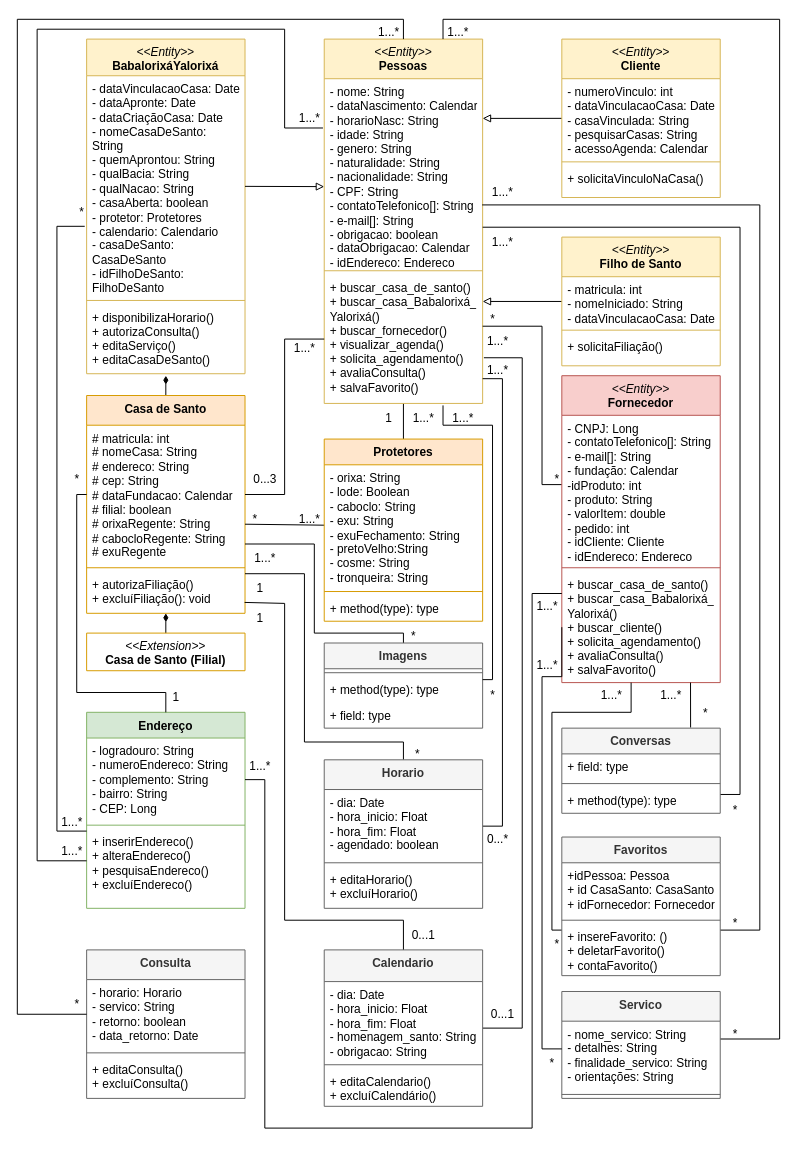
This is DiagramaDeClasseSarava.drawio from AlexCarvalhovisk/sarava, a draw.io file, before an edit. Source tidied: cells renumbered, new cells numbered last; positions are measured from the earlier drawing's top-left corner, leaving out a move shared by most shapes. Both pictures are drawn from the tidied source at 99%, with x=0, y=0 at pixel (17, 17).
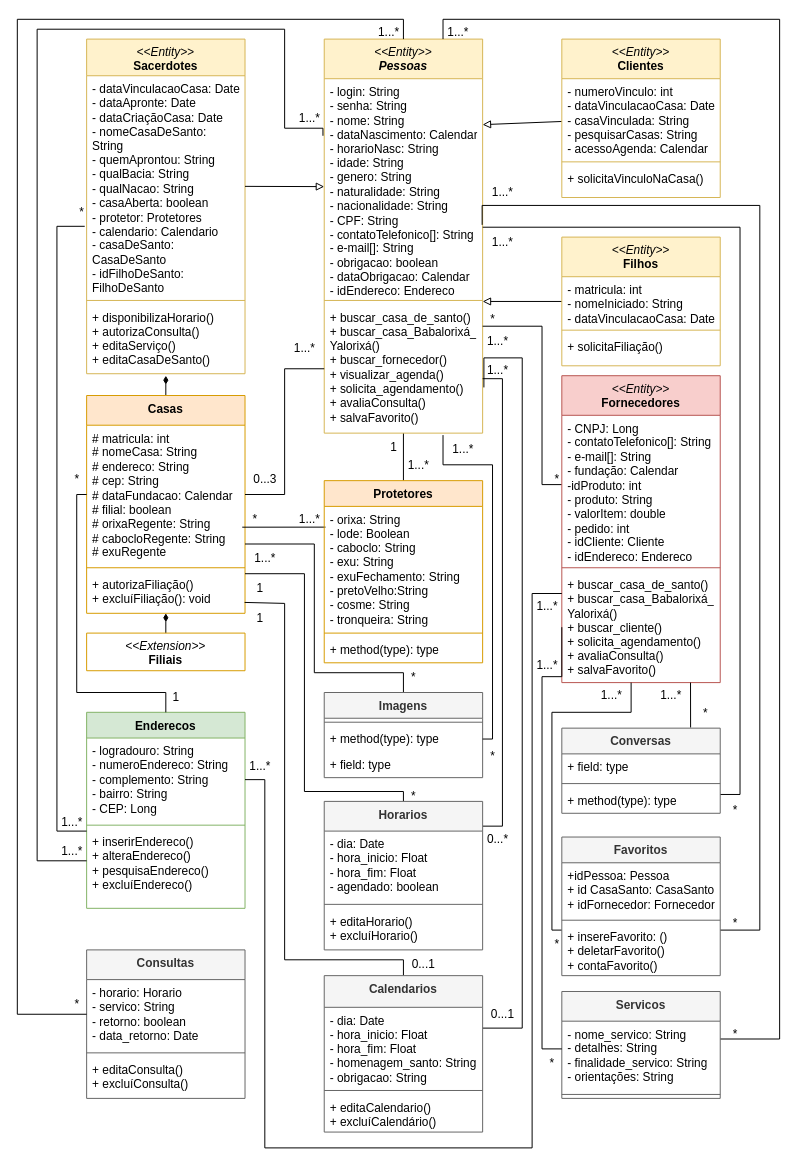
The same diagram, later.

Unchanged cells that the change refers to:
```xml
<mxCell id="28" value="# matricula: int&lt;br&gt;# nomeCasa: String&lt;br&gt;# endereco: String&lt;br&gt;# cep: String&lt;br&gt;# dataFundacao: Calendar&lt;br&gt;# filial: boolean&lt;br&gt;# orixaRegente: String&lt;br&gt;# cabocloRegente: String&lt;br&gt;# exuRegente" style="text;strokeColor=none;fillColor=none;align=left;verticalAlign=top;spacingLeft=4;spacingRight=4;overflow=hidden;points=[[0,0.5],[1,0.5]];portConstraint=eastwest;whiteSpace=wrap;html=1;" parent="27" vertex="1">
  <mxGeometry y="30" width="160" height="140" as="geometry" />
</mxCell>
<mxCell id="54" value="- logradouro: String&lt;br&gt;- numeroEndereco: String&lt;br&gt;- complemento: String&lt;br&gt;- bairro: String&lt;br&gt;- CEP: Long" style="text;strokeColor=none;fillColor=none;align=left;verticalAlign=top;spacingLeft=4;spacingRight=4;overflow=hidden;points=[[0,0.5],[1,0.5]];portConstraint=eastwest;whiteSpace=wrap;html=1;" parent="53" vertex="1">
  <mxGeometry y="26" width="160" height="84" as="geometry" />
</mxCell>
<mxCell id="59" value="- orixa: String&lt;br&gt;- lode: Boolean&lt;br style=&quot;border-color: var(--border-color);&quot;&gt;- caboclo: String&lt;br style=&quot;border-color: var(--border-color);&quot;&gt;- exu: String&lt;br style=&quot;border-color: var(--border-color);&quot;&gt;- exuFechamento: String&lt;br style=&quot;border-color: var(--border-color);&quot;&gt;- pretoVelho:String&lt;br style=&quot;border-color: var(--border-color);&quot;&gt;- cosme: String&lt;br style=&quot;border-color: var(--border-color);&quot;&gt;- tronqueira: String" style="text;strokeColor=none;fillColor=none;align=left;verticalAlign=top;spacingLeft=4;spacingRight=4;overflow=hidden;points=[[0,0.5],[1,0.5]];portConstraint=eastwest;whiteSpace=wrap;html=1;" parent="58" vertex="1">
  <mxGeometry y="26" width="160" height="124" as="geometry" />
</mxCell>
<mxCell id="77" value="+ method(type): type" style="text;strokeColor=none;fillColor=none;align=left;verticalAlign=top;spacingLeft=4;spacingRight=4;overflow=hidden;points=[[0,0.5],[1,0.5]];portConstraint=eastwest;whiteSpace=wrap;html=1;" parent="75" vertex="1">
  <mxGeometry y="34" width="160" height="26" as="geometry" />
</mxCell>
<mxCell id="104" value="1" style="text;html=1;align=center;verticalAlign=middle;points=[];strokeColor=none;fillColor=none;" parent="1" vertex="1">
  <mxGeometry x="230" y="592" width="30" height="30" as="geometry" />
</mxCell>
<mxCell id="126" value="*" style="text;html=1;align=center;verticalAlign=middle;points=[];strokeColor=none;fillColor=none;" parent="1" vertex="1">
  <mxGeometry x="225" y="492" width="30" height="30" as="geometry" />
</mxCell>
```

What changed in the source:
```diff
@@
-    <mxCell id="3" value="&lt;i style=&quot;border-color: var(--border-color); font-weight: 400;&quot;&gt;&amp;lt;&amp;lt;Entity&amp;gt;&amp;gt;&lt;/i&gt;&lt;br&gt;Pessoas" style="swimlane;fontStyle=1;align=center;verticalAlign=top;horizontal=1;startSize=40;whiteSpace=wrap;html=1;fillColor=#fff2cc;strokeColor=#d6b656;" parent="1" vertex="1">
-      <mxGeometry x="310" y="22" width="160" height="368" as="geometry" />
+    <mxCell id="3" value="&lt;i style=&quot;border-color: var(--border-color); font-weight: 400;&quot;&gt;&amp;lt;&amp;lt;Entity&amp;gt;&amp;gt;&lt;/i&gt;&lt;br&gt;&lt;i&gt;Pessoas&lt;/i&gt;" style="swimlane;fontStyle=1;align=center;verticalAlign=top;horizontal=1;startSize=40;whiteSpace=wrap;html=1;fillColor=#fff2cc;strokeColor=#d6b656;" parent="1" vertex="1">
+      <mxGeometry x="310" y="22" width="160" height="398" as="geometry" />
     </mxCell>
-    <mxCell id="4" value="- nome: String&lt;br&gt;- dataNascimento: Calendar&lt;br&gt;- horarioNasc: String&lt;br&gt;- idade: String&lt;br&gt;- genero: String&lt;br&gt;- naturalidade: String&lt;br&gt;- nacionalidade: String&lt;br&gt;- CPF: String&lt;br&gt;- contatoTelefonico[]: String&lt;br&gt;- e-mail[]: String&lt;br&gt;- obrigacao: boolean&lt;br&gt;- dataObrigacao: Calendar&lt;br&gt;- idEndereco: Endereco" style="text;strokeColor=none;fillColor=none;align=left;verticalAlign=top;spacingLeft=4;spacingRight=4;overflow=hidden;points=[[0,0.5],[1,0.5]];portConstraint=eastwest;whiteSpace=wrap;html=1;" parent="3" vertex="1">
-      <mxGeometry y="40" width="160" height="190" as="geometry" />
+    <mxCell id="4" value="- login: String&lt;br&gt;- senha: String&lt;br&gt;- nome: String&lt;br&gt;- dataNascimento: Calendar&lt;br&gt;- horarioNasc: String&lt;br&gt;- idade: String&lt;br&gt;- genero: String&lt;br&gt;- naturalidade: String&lt;br&gt;- nacionalidade: String&lt;br&gt;- CPF: String&lt;br&gt;- contatoTelefonico[]: String&lt;br&gt;- e-mail[]: String&lt;br&gt;- obrigacao: boolean&lt;br&gt;- dataObrigacao: Calendar&lt;br&gt;- idEndereco: Endereco" style="text;strokeColor=none;fillColor=none;align=left;verticalAlign=top;spacingLeft=4;spacingRight=4;overflow=hidden;points=[[0,0.5],[1,0.5]];portConstraint=eastwest;whiteSpace=wrap;html=1;" parent="3" vertex="1">
+      <mxGeometry y="40" width="160" height="220" as="geometry" />
     </mxCell>
     <mxCell id="5" style="line;strokeWidth=1;fillColor=none;align=left;verticalAlign=middle;spacingTop=-1;spacingLeft=3;spacingRight=3;labelPosition=right;strokeColor=inherit;" parent="3" vertex="1">
-      <mxGeometry y="230" width="160" height="8" as="geometry" />
+      <mxGeometry y="260" width="160" height="8" as="geometry" />
     </mxCell>
     <mxCell id="6" value="+ buscar_casa_de_santo()&lt;br&gt;+ buscar_casa_Babalorixá_&lt;br&gt;Yalorixá()&lt;br&gt;+ buscar_fornecedor()&lt;br&gt;+ visualizar_agenda()&lt;br&gt;+ solicita_agendamento()&lt;br&gt;+ avaliaConsulta()&lt;br&gt;+ salvaFavorito()" style="text;strokeColor=none;fillColor=none;align=left;verticalAlign=top;spacingLeft=4;spacingRight=4;overflow=hidden;points=[[0,0.5],[1,0.5]];portConstraint=eastwest;whiteSpace=wrap;html=1;" parent="3" vertex="1">
-      <mxGeometry y="238" width="160" height="130" as="geometry" />
+      <mxGeometry y="268" width="160" height="130" as="geometry" />
     </mxCell>
@@
-    <mxCell id="8" value="&lt;i style=&quot;border-color: var(--border-color); font-weight: 400;&quot;&gt;&amp;lt;&amp;lt;Entity&amp;gt;&amp;gt;&lt;/i&gt;&lt;br&gt;Filho de Santo" style="swimlane;fontStyle=1;align=center;verticalAlign=top;horizontal=1;startSize=40;whiteSpace=wrap;html=1;fillColor=#fff2cc;strokeColor=#d6b656;" parent="1" vertex="1">
+    <mxCell id="8" value="&lt;i style=&quot;border-color: var(--border-color); font-weight: 400;&quot;&gt;&amp;lt;&amp;lt;Entity&amp;gt;&amp;gt;&lt;/i&gt;&lt;br&gt;Filhos" style="swimlane;fontStyle=1;align=center;verticalAlign=top;horizontal=1;startSize=40;whiteSpace=wrap;html=1;fillColor=#fff2cc;strokeColor=#d6b656;" parent="1" vertex="1">
       <mxGeometry x="550" y="222" width="160" height="130" as="geometry" />
     </mxCell>
@@
-    <mxCell id="13" value="&lt;i style=&quot;border-color: var(--border-color); font-weight: 400;&quot;&gt;&amp;lt;&amp;lt;Entity&amp;gt;&amp;gt;&lt;/i&gt;&lt;br&gt;Cliente" style="swimlane;fontStyle=1;align=center;verticalAlign=top;horizontal=1;startSize=40;whiteSpace=wrap;html=1;fillColor=#fff2cc;strokeColor=#d6b656;" parent="1" vertex="1">
+    <mxCell id="13" value="&lt;i style=&quot;border-color: var(--border-color); font-weight: 400;&quot;&gt;&amp;lt;&amp;lt;Entity&amp;gt;&amp;gt;&lt;/i&gt;&lt;br&gt;Clientes" style="swimlane;fontStyle=1;align=center;verticalAlign=top;horizontal=1;startSize=40;whiteSpace=wrap;html=1;fillColor=#fff2cc;strokeColor=#d6b656;" parent="1" vertex="1">
       <mxGeometry x="550" y="22" width="160" height="160" as="geometry" />
     </mxCell>
@@
-    <mxCell id="18" value="&lt;i style=&quot;border-color: var(--border-color); font-weight: 400;&quot;&gt;&amp;lt;&amp;lt;Entity&amp;gt;&amp;gt;&lt;/i&gt;&lt;br&gt;Fornecedor" style="swimlane;fontStyle=1;align=center;verticalAlign=top;horizontal=1;startSize=40;whiteSpace=wrap;html=1;fillColor=#f8cecc;strokeColor=#b85450;" parent="1" vertex="1">
+    <mxCell id="18" value="&lt;i style=&quot;border-color: var(--border-color); font-weight: 400;&quot;&gt;&amp;lt;&amp;lt;Entity&amp;gt;&amp;gt;&lt;/i&gt;&lt;br&gt;Fornecedores" style="swimlane;fontStyle=1;align=center;verticalAlign=top;horizontal=1;startSize=40;whiteSpace=wrap;html=1;fillColor=#f8cecc;strokeColor=#b85450;" parent="1" vertex="1">
       <mxGeometry x="550" y="362" width="160" height="310" as="geometry" />
     </mxCell>
@@
-    <mxCell id="22" value="&lt;i style=&quot;font-weight: normal;&quot;&gt;&amp;lt;&amp;lt;Entity&amp;gt;&amp;gt;&lt;br&gt;&lt;/i&gt;BabalorixáYalorixá" style="swimlane;fontStyle=1;align=center;verticalAlign=top;horizontal=1;startSize=37;whiteSpace=wrap;html=1;fillColor=#fff2cc;strokeColor=#d6b656;" parent="1" vertex="1">
+    <mxCell id="22" value="&lt;i style=&quot;font-weight: normal;&quot;&gt;&amp;lt;&amp;lt;Entity&amp;gt;&amp;gt;&lt;br&gt;&lt;/i&gt;Sacerdotes" style="swimlane;fontStyle=1;align=center;verticalAlign=top;horizontal=1;startSize=37;whiteSpace=wrap;html=1;fillColor=#fff2cc;strokeColor=#d6b656;" parent="1" vertex="1">
       <mxGeometry x="70" y="22" width="160" height="338" as="geometry" />
     </mxCell>
@@
-    <mxCell id="27" value="Casa de Santo" style="swimlane;fontStyle=1;align=center;verticalAlign=top;horizontal=1;startSize=30;whiteSpace=wrap;html=1;fillColor=#ffe6cc;strokeColor=#d79b00;" parent="1" vertex="1">
+    <mxCell id="27" value="Casas" style="swimlane;fontStyle=1;align=center;verticalAlign=top;horizontal=1;startSize=30;whiteSpace=wrap;html=1;fillColor=#ffe6cc;strokeColor=#d79b00;" parent="1" vertex="1">
       <mxGeometry x="70" y="382" width="160" height="220" as="geometry" />
     </mxCell>
@@
-    <mxCell id="32" value="&lt;span style=&quot;font-weight: normal;&quot;&gt;&lt;i&gt;&amp;lt;&amp;lt;Extension&amp;gt;&amp;gt;&lt;/i&gt;&lt;/span&gt;&lt;br&gt;Casa de Santo (Filial)" style="swimlane;fontStyle=1;align=center;verticalAlign=top;horizontal=1;startSize=0;whiteSpace=wrap;html=1;fillColor=#ffe6cc;strokeColor=#d79b00;" parent="1" vertex="1" collapsed="1">
+    <mxCell id="32" value="&lt;span style=&quot;font-weight: normal;&quot;&gt;&lt;i&gt;&amp;lt;&amp;lt;Extension&amp;gt;&amp;gt;&lt;/i&gt;&lt;/span&gt;&lt;br&gt;Filiais" style="swimlane;fontStyle=1;align=center;verticalAlign=top;horizontal=1;startSize=0;whiteSpace=wrap;html=1;fillColor=#ffe6cc;strokeColor=#d79b00;" parent="1" vertex="1" collapsed="1">
       <mxGeometry x="70" y="622" width="160" height="38" as="geometry" />
     </mxCell>
     <mxCell id="33" style="edgeStyle=orthogonalEdgeStyle;rounded=0;jettySize=auto;html=1;endArrow=none;endFill=0;exitX=0.5;exitY=0;exitDx=0;exitDy=0;" parent="1" edge="1" source="35">
       <mxGeometry relative="1" as="geometry">
         <mxPoint x="230" y="562" as="targetPoint" />
         <Array as="points">
-          <mxPoint x="390" y="732" />
-          <mxPoint x="290" y="732" />
+          <mxPoint x="390" y="782" />
+          <mxPoint x="290" y="782" />
           <mxPoint x="290" y="562" />
         </Array>
       </mxGeometry>
     </mxCell>
@@
-    <mxCell id="35" value="Horario" style="swimlane;fontStyle=1;align=center;verticalAlign=top;horizontal=1;startSize=30;whiteSpace=wrap;html=1;fillColor=#f5f5f5;fontColor=#333333;strokeColor=#666666;" parent="1" vertex="1">
-      <mxGeometry x="310" y="750" width="160" height="150" as="geometry" />
+    <mxCell id="35" value="Horarios" style="swimlane;fontStyle=1;align=center;verticalAlign=top;horizontal=1;startSize=30;whiteSpace=wrap;html=1;fillColor=#f5f5f5;fontColor=#333333;strokeColor=#666666;" parent="1" vertex="1">
+      <mxGeometry x="310" y="792" width="160" height="150" as="geometry" />
     </mxCell>
@@
-    <mxCell id="39" value="Consulta" style="swimlane;fontStyle=1;align=center;verticalAlign=top;horizontal=1;startSize=30;whiteSpace=wrap;html=1;fillColor=#f5f5f5;fontColor=#333333;strokeColor=#666666;" parent="1" vertex="1">
+    <mxCell id="39" value="Consultas" style="swimlane;fontStyle=1;align=center;verticalAlign=top;horizontal=1;startSize=30;whiteSpace=wrap;html=1;fillColor=#f5f5f5;fontColor=#333333;strokeColor=#666666;" parent="1" vertex="1">
       <mxGeometry x="70" y="942" width="160" height="150" as="geometry" />
     </mxCell>
@@
     <mxCell id="43" style="edgeStyle=orthogonalEdgeStyle;rounded=0;jettySize=auto;html=1;entryX=-0.013;entryY=-0.033;entryDx=0;entryDy=0;endArrow=none;endFill=0;entryPerimeter=0;" parent="1" edge="1" source="45" target="104">
       <mxGeometry relative="1" as="geometry">
         <Array as="points">
-          <mxPoint x="390" y="912" />
-          <mxPoint x="270" y="912" />
+          <mxPoint x="390" y="952" />
+          <mxPoint x="270" y="952" />
           <mxPoint x="270" y="592" />
         </Array>
       </mxGeometry>
     </mxCell>
@@
-    <mxCell id="45" value="Calendario" style="swimlane;fontStyle=1;align=center;verticalAlign=top;horizontal=1;startSize=32;whiteSpace=wrap;html=1;fillColor=#f5f5f5;fontColor=#333333;strokeColor=#666666;" parent="1" vertex="1">
-      <mxGeometry x="310" y="942" width="160" height="158" as="geometry" />
+    <mxCell id="45" value="Calendarios" style="swimlane;fontStyle=1;align=center;verticalAlign=top;horizontal=1;startSize=32;whiteSpace=wrap;html=1;fillColor=#f5f5f5;fontColor=#333333;strokeColor=#666666;" parent="1" vertex="1">
+      <mxGeometry x="310" y="968" width="160" height="158" as="geometry" />
     </mxCell>
@@
-    <mxCell id="50" value="Servico" style="swimlane;fontStyle=1;align=center;verticalAlign=top;horizontal=1;startSize=30;whiteSpace=wrap;html=1;fillColor=#f5f5f5;fontColor=#333333;strokeColor=#666666;" parent="1" vertex="1">
+    <mxCell id="50" value="Servicos" style="swimlane;fontStyle=1;align=center;verticalAlign=top;horizontal=1;startSize=30;whiteSpace=wrap;html=1;fillColor=#f5f5f5;fontColor=#333333;strokeColor=#666666;" parent="1" vertex="1">
       <mxGeometry x="550" y="984" width="160" height="108" as="geometry" />
     </mxCell>
@@
-    <mxCell id="53" value="Endereço" style="swimlane;fontStyle=1;align=center;verticalAlign=top;horizontal=1;startSize=26;whiteSpace=wrap;html=1;fillColor=#d5e8d4;strokeColor=#82b366;" parent="1" vertex="1">
+    <mxCell id="53" value="Enderecos" style="swimlane;fontStyle=1;align=center;verticalAlign=top;horizontal=1;startSize=26;whiteSpace=wrap;html=1;fillColor=#d5e8d4;strokeColor=#82b366;" parent="1" vertex="1">
       <mxGeometry x="70" y="702" width="160" height="198" as="geometry" />
     </mxCell>
@@
-    <mxCell id="57" style="rounded=0;jettySize=auto;html=1;endArrow=none;endFill=0;" parent="1" edge="1" source="59">
-      <mxGeometry relative="1" as="geometry">
-        <mxPoint x="230" y="512" as="targetPoint" />
-      </mxGeometry>
+    <mxCell id="57" style="rounded=0;jettySize=auto;html=1;endArrow=none;endFill=0;exitX=0.008;exitY=0.169;exitDx=0;exitDy=0;exitPerimeter=0;entryX=0.073;entryY=0.767;entryDx=0;entryDy=0;entryPerimeter=0;" parent="1" edge="1" source="59" target="126">
+      <mxGeometry relative="1" as="geometry" />
     </mxCell>
     <mxCell id="58" value="Protetores" style="swimlane;fontStyle=1;align=center;verticalAlign=top;horizontal=1;startSize=26;whiteSpace=wrap;html=1;fillColor=#ffe6cc;strokeColor=#d79b00;" parent="1" vertex="1">
-      <mxGeometry x="310" y="426" width="160" height="184" as="geometry" />
+      <mxGeometry x="310" y="468" width="160" height="184" as="geometry" />
     </mxCell>
@@
     <mxCell id="74" style="edgeStyle=orthogonalEdgeStyle;rounded=0;jettySize=auto;html=1;endArrow=none;endFill=0;" parent="1" edge="1" source="75" target="28">
       <mxGeometry relative="1" as="geometry">
         <Array as="points">
-          <mxPoint x="390" y="622" />
-          <mxPoint x="300" y="622" />
+          <mxPoint x="390" y="662" />
+          <mxPoint x="300" y="662" />
           <mxPoint x="300" y="532" />
         </Array>
       </mxGeometry>
     </mxCell>
     <mxCell id="75" value="Imagens" style="swimlane;fontStyle=1;align=center;verticalAlign=top;horizontal=1;startSize=26;whiteSpace=wrap;html=1;fillColor=#f5f5f5;fontColor=#333333;strokeColor=#666666;" parent="1" vertex="1">
-      <mxGeometry x="310" y="632" width="160" height="86" as="geometry" />
+      <mxGeometry x="310" y="682" width="160" height="86" as="geometry" />
     </mxCell>
@@
     <mxCell id="83" style="edgeStyle=orthogonalEdgeStyle;rounded=0;jettySize=auto;html=1;entryX=1;entryY=0.5;entryDx=0;entryDy=0;endArrow=none;endFill=0;" parent="1" edge="1" target="54">
       <mxGeometry relative="1" as="geometry">
         <mxPoint x="550" y="582" as="sourcePoint" />
         <Array as="points">
           <mxPoint x="520" y="582" />
-          <mxPoint x="520" y="1122" />
-          <mxPoint x="250" y="1122" />
+          <mxPoint x="520" y="1142" />
+          <mxPoint x="250" y="1142" />
           <mxPoint x="250" y="770" />
         </Array>
       </mxGeometry>
     </mxCell>
-    <mxCell id="84" style="edgeStyle=orthogonalEdgeStyle;rounded=0;jettySize=auto;html=1;endArrow=none;endFill=0;" parent="1" edge="1" source="77">
+    <mxCell id="84" style="edgeStyle=orthogonalEdgeStyle;rounded=0;jettySize=auto;html=1;endArrow=none;endFill=0;exitX=1;exitY=0.5;exitDx=0;exitDy=0;" parent="1" edge="1" source="77">
       <mxGeometry relative="1" as="geometry">
-        <mxPoint x="430" y="392" as="targetPoint" />
+        <mxPoint x="430" y="422" as="targetPoint" />
         <Array as="points">
-          <mxPoint x="480" y="669" />
-          <mxPoint x="480" y="412" />
-          <mxPoint x="430" y="412" />
-          <mxPoint x="430" y="392" />
+          <mxPoint x="480" y="729" />
+          <mxPoint x="480" y="452" />
+          <mxPoint x="430" y="452" />
         </Array>
       </mxGeometry>
     </mxCell>
@@
     <mxCell id="101" value="*" style="text;html=1;align=center;verticalAlign=middle;strokeColor=none;fillColor=none;" parent="1" vertex="1">
-      <mxGeometry x="385" y="610" width="30" height="30" as="geometry" />
+      <mxGeometry x="385" y="652" width="30" height="30" as="geometry" />
     </mxCell>
@@
     <mxCell id="103" value="*" style="text;html=1;align=center;verticalAlign=middle;strokeColor=none;fillColor=none;" parent="1" vertex="1">
-      <mxGeometry x="388.5" y="730" width="30" height="30" as="geometry" />
+      <mxGeometry x="385" y="772" width="30" height="30" as="geometry" />
     </mxCell>
@@
     <mxCell id="105" value="0...1" style="text;html=1;align=center;verticalAlign=middle;strokeColor=none;fillColor=none;" parent="1" vertex="1">
-      <mxGeometry x="385" y="912" width="50" height="30" as="geometry" />
+      <mxGeometry x="385" y="942" width="50" height="30" as="geometry" />
     </mxCell>
@@
     <mxCell id="110" value="1" style="text;html=1;align=center;verticalAlign=middle;strokeColor=none;fillColor=none;" parent="1" vertex="1">
-      <mxGeometry x="360" y="390" width="30" height="30" as="geometry" />
+      <mxGeometry x="365" y="420" width="30" height="30" as="geometry" />
     </mxCell>
     <mxCell id="111" value="1...*" style="text;html=1;align=center;verticalAlign=middle;strokeColor=none;fillColor=none;" parent="1" vertex="1">
-      <mxGeometry x="390" y="390" width="40" height="30" as="geometry" />
+      <mxGeometry x="385" y="438" width="40" height="30" as="geometry" />
     </mxCell>
     <mxCell id="112" value="1...*" style="text;html=1;align=center;verticalAlign=middle;strokeColor=none;fillColor=none;" parent="1" vertex="1">
-      <mxGeometry x="430" y="390" width="40" height="30" as="geometry" />
+      <mxGeometry x="430" y="422" width="40" height="30" as="geometry" />
     </mxCell>
     <mxCell id="113" value="*" style="text;html=1;align=center;verticalAlign=middle;strokeColor=none;fillColor=none;" parent="1" vertex="1">
-      <mxGeometry x="465" y="670" width="30" height="30" as="geometry" />
+      <mxGeometry x="465" y="732" width="30" height="30" as="geometry" />
     </mxCell>
```
